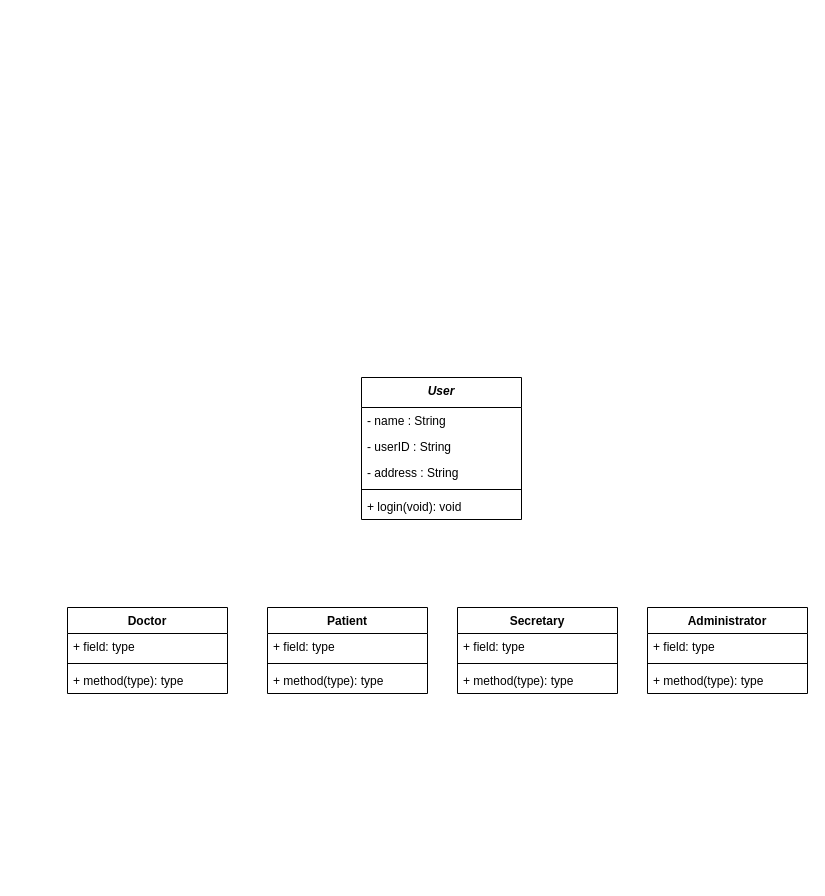
djS85/soft252_patientManagementSystem keeps this draw.io diagram as ClassDiagrams.drawio. Above is the earlier version. Source tidied: cells renumbered, new cells numbered last; positions are measured from the earlier drawing's top-left corner, leaving out a move shared by most shapes. Both pictures are drawn from the tidied source at 100%, with x=0, y=0 at pixel (67, 377).
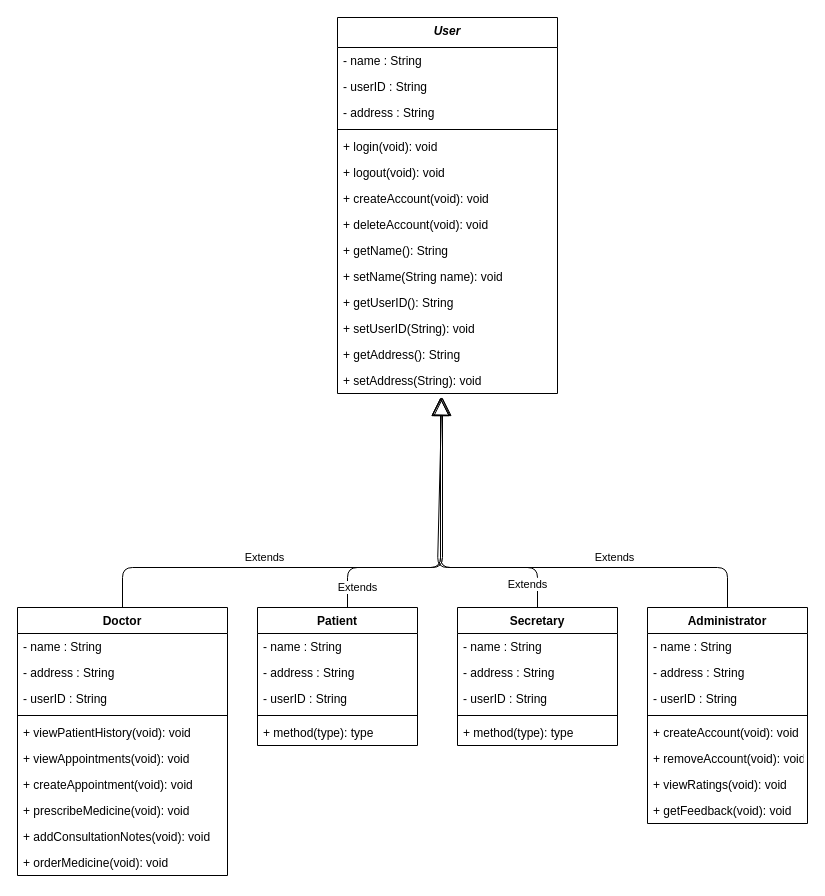
After the change.

The edit, as a diff of the source:
```diff
@@
-    <mxCell id="2" value="Doctor" style="swimlane;fontStyle=1;align=center;verticalAlign=top;horizontal=1;startSize=26;" parent="1" vertex="1">
-      <mxGeometry y="230" width="160" height="86" as="geometry" />
-    </mxCell>
-    <mxCell id="3" value="+ field: type" style="text;strokeColor=none;fillColor=none;align=left;verticalAlign=top;spacingLeft=4;spacingRight=4;overflow=hidden;" parent="2" vertex="1">
-      <mxGeometry y="26" width="160" height="26" as="geometry" />
-    </mxCell>
-    <mxCell id="4" style="line;strokeWidth=1;fillColor=none;align=left;verticalAlign=middle;spacingTop=-1;spacingLeft=3;spacingRight=3;labelPosition=right;" parent="2" vertex="1">
-      <mxGeometry y="52" width="160" height="8" as="geometry" />
-    </mxCell>
-    <mxCell id="5" value="+ method(type): type" style="text;strokeColor=none;fillColor=none;align=left;verticalAlign=top;spacingLeft=4;spacingRight=4;overflow=hidden;" parent="2" vertex="1">
-      <mxGeometry y="60" width="160" height="26" as="geometry" />
-    </mxCell>
-    <mxCell id="6" value="Patient" style="swimlane;fontStyle=1;align=center;verticalAlign=top;horizontal=1;startSize=26;" parent="1" vertex="1">
-      <mxGeometry x="200" y="230" width="160" height="86" as="geometry" />
-    </mxCell>
-    <mxCell id="7" value="+ field: type" style="text;strokeColor=none;fillColor=none;align=left;verticalAlign=top;spacingLeft=4;spacingRight=4;overflow=hidden;" parent="6" vertex="1">
-      <mxGeometry y="26" width="160" height="26" as="geometry" />
-    </mxCell>
-    <mxCell id="8" style="line;strokeWidth=1;fillColor=none;align=left;verticalAlign=middle;spacingTop=-1;spacingLeft=3;spacingRight=3;labelPosition=right;" parent="6" vertex="1">
-      <mxGeometry y="52" width="160" height="8" as="geometry" />
-    </mxCell>
-    <mxCell id="9" value="+ method(type): type" style="text;strokeColor=none;fillColor=none;align=left;verticalAlign=top;spacingLeft=4;spacingRight=4;overflow=hidden;" parent="6" vertex="1">
-      <mxGeometry y="60" width="160" height="26" as="geometry" />
-    </mxCell>
     <mxCell id="10" value="Secretary" style="swimlane;fontStyle=1;align=center;verticalAlign=top;horizontal=1;startSize=26;" parent="1" vertex="1">
-      <mxGeometry x="390" y="230" width="160" height="86" as="geometry" />
+      <mxGeometry x="390" y="230" width="160" height="138" as="geometry" />
     </mxCell>
-    <mxCell id="11" value="+ field: type" style="text;strokeColor=none;fillColor=none;align=left;verticalAlign=top;spacingLeft=4;spacingRight=4;overflow=hidden;" parent="10" vertex="1">
-      <mxGeometry y="26" width="160" height="26" as="geometry" />
-    </mxCell>
+    <mxCell id="24" value="- name : String" style="text;strokeColor=none;fillColor=none;align=left;verticalAlign=top;spacingLeft=4;spacingRight=4;overflow=hidden;" parent="10" vertex="1">
+      <mxGeometry y="26" width="160" height="26" as="geometry" />
+    </mxCell>
+    <mxCell id="25" value="- address : String" style="text;strokeColor=none;fillColor=none;align=left;verticalAlign=top;spacingLeft=4;spacingRight=4;overflow=hidden;" parent="10" vertex="1">
+      <mxGeometry y="52" width="160" height="26" as="geometry" />
+    </mxCell>
+    <mxCell id="26" value="- userID : String" style="text;strokeColor=none;fillColor=none;align=left;verticalAlign=top;spacingLeft=4;spacingRight=4;overflow=hidden;" parent="10" vertex="1">
+      <mxGeometry y="78" width="160" height="26" as="geometry" />
+    </mxCell>
     <mxCell id="12" style="line;strokeWidth=1;fillColor=none;align=left;verticalAlign=middle;spacingTop=-1;spacingLeft=3;spacingRight=3;labelPosition=right;" parent="10" vertex="1">
-      <mxGeometry y="52" width="160" height="8" as="geometry" />
+      <mxGeometry y="104" width="160" height="8" as="geometry" />
     </mxCell>
     <mxCell id="13" value="+ method(type): type" style="text;strokeColor=none;fillColor=none;align=left;verticalAlign=top;spacingLeft=4;spacingRight=4;overflow=hidden;" parent="10" vertex="1">
-      <mxGeometry y="60" width="160" height="26" as="geometry" />
+      <mxGeometry y="112" width="160" height="26" as="geometry" />
     </mxCell>
     <mxCell id="14" value="Administrator" style="swimlane;fontStyle=1;align=center;verticalAlign=top;horizontal=1;startSize=26;" parent="1" vertex="1">
-      <mxGeometry x="580" y="230" width="160" height="86" as="geometry" />
+      <mxGeometry x="580" y="230" width="160" height="216" as="geometry" />
     </mxCell>
-    <mxCell id="15" value="+ field: type" style="text;strokeColor=none;fillColor=none;align=left;verticalAlign=top;spacingLeft=4;spacingRight=4;overflow=hidden;" parent="14" vertex="1">
-      <mxGeometry y="26" width="160" height="26" as="geometry" />
-    </mxCell>
+    <mxCell id="27" value="- name : String" style="text;strokeColor=none;fillColor=none;align=left;verticalAlign=top;spacingLeft=4;spacingRight=4;overflow=hidden;" parent="14" vertex="1">
+      <mxGeometry y="26" width="160" height="26" as="geometry" />
+    </mxCell>
+    <mxCell id="28" value="- address : String" style="text;strokeColor=none;fillColor=none;align=left;verticalAlign=top;spacingLeft=4;spacingRight=4;overflow=hidden;" parent="14" vertex="1">
+      <mxGeometry y="52" width="160" height="26" as="geometry" />
+    </mxCell>
+    <mxCell id="29" value="- userID : String" style="text;strokeColor=none;fillColor=none;align=left;verticalAlign=top;spacingLeft=4;spacingRight=4;overflow=hidden;" parent="14" vertex="1">
+      <mxGeometry y="78" width="160" height="26" as="geometry" />
+    </mxCell>
     <mxCell id="16" style="line;strokeWidth=1;fillColor=none;align=left;verticalAlign=middle;spacingTop=-1;spacingLeft=3;spacingRight=3;labelPosition=right;" parent="14" vertex="1">
-      <mxGeometry y="52" width="160" height="8" as="geometry" />
+      <mxGeometry y="104" width="160" height="8" as="geometry" />
     </mxCell>
-    <mxCell id="17" value="+ method(type): type" style="text;strokeColor=none;fillColor=none;align=left;verticalAlign=top;spacingLeft=4;spacingRight=4;overflow=hidden;" parent="14" vertex="1">
-      <mxGeometry y="60" width="160" height="26" as="geometry" />
+    <mxCell id="17" value="+ createAccount(void): void" style="text;strokeColor=none;fillColor=none;align=left;verticalAlign=top;spacingLeft=4;spacingRight=4;overflow=hidden;" parent="14" vertex="1">
+      <mxGeometry y="112" width="160" height="26" as="geometry" />
     </mxCell>
+    <mxCell id="30" value="+ removeAccount(void): void" style="text;strokeColor=none;fillColor=none;align=left;verticalAlign=top;spacingLeft=4;spacingRight=4;overflow=hidden;" parent="14" vertex="1">
+      <mxGeometry y="138" width="160" height="26" as="geometry" />
+    </mxCell>
+    <mxCell id="31" value="+ viewRatings(void): void" style="text;strokeColor=none;fillColor=none;align=left;verticalAlign=top;spacingLeft=4;spacingRight=4;overflow=hidden;" parent="14" vertex="1">
+      <mxGeometry y="164" width="160" height="26" as="geometry" />
+    </mxCell>
+    <mxCell id="32" value="+ getFeedback(void): void" style="text;strokeColor=none;fillColor=none;align=left;verticalAlign=top;spacingLeft=4;spacingRight=4;overflow=hidden;" parent="14" vertex="1">
+      <mxGeometry y="190" width="160" height="26" as="geometry" />
+    </mxCell>
+    <mxCell id="33" value="Extends" style="endArrow=block;endSize=16;endFill=0;html=1;exitX=0.5;exitY=0;exitDx=0;exitDy=0;" parent="1" edge="1" source="2">
+      <mxGeometry x="-0.31" y="10" relative="1" as="geometry">
+        <mxPoint x="373" y="20" as="targetPoint" />
+        <Array as="points">
+          <mxPoint x="55" y="190" />
+          <mxPoint x="373" y="190" />
+        </Array>
+      </mxGeometry>
+    </mxCell>
+    <mxCell id="34" value="Extends" style="endArrow=block;endSize=16;endFill=0;html=1;exitX=0.5;exitY=0;exitDx=0;exitDy=0;" parent="1" edge="1">
+      <mxGeometry x="-0.67" y="-20" relative="1" as="geometry">
+        <mxPoint x="280" y="230" as="sourcePoint" />
+        <mxPoint x="375" y="20" as="targetPoint" />
+        <Array as="points">
+          <mxPoint x="280" y="190" />
+          <mxPoint x="375" y="190" />
+        </Array>
+      </mxGeometry>
+    </mxCell>
+    <mxCell id="35" value="Extends" style="endArrow=block;endSize=16;endFill=0;html=1;exitX=0.5;exitY=0;exitDx=0;exitDy=0;" parent="1" edge="1">
+      <mxGeometry x="-0.85" y="10" relative="1" as="geometry">
+        <mxPoint x="470" y="230" as="sourcePoint" />
+        <mxPoint x="373" y="20" as="targetPoint" />
+        <Array as="points">
+          <mxPoint x="470" y="190" />
+          <mxPoint x="373" y="190" />
+        </Array>
+      </mxGeometry>
+    </mxCell>
+    <mxCell id="36" value="Extends" style="endArrow=block;endSize=16;endFill=0;html=1;exitX=0.5;exitY=0;exitDx=0;exitDy=0;entryX=0.474;entryY=1.129;entryDx=0;entryDy=0;entryPerimeter=0;" parent="1" edge="1" target="56">
+      <mxGeometry x="-0.39" y="-10" relative="1" as="geometry">
+        <mxPoint x="660" y="230" as="sourcePoint" />
+        <Array as="points">
+          <mxPoint x="660" y="190" />
+          <mxPoint x="370" y="190" />
+        </Array>
+      </mxGeometry>
+    </mxCell>
+    <mxCell id="2" value="Doctor" style="swimlane;fontStyle=1;align=center;verticalAlign=top;horizontal=1;startSize=26;" parent="1" vertex="1">
+      <mxGeometry x="-50" y="230" width="210" height="268" as="geometry" />
+    </mxCell>
+    <mxCell id="37" value="- name : String" style="text;strokeColor=none;fillColor=none;align=left;verticalAlign=top;spacingLeft=4;spacingRight=4;overflow=hidden;" parent="2" vertex="1">
+      <mxGeometry y="26" width="210" height="26" as="geometry" />
+    </mxCell>
+    <mxCell id="38" value="- address : String" style="text;strokeColor=none;fillColor=none;align=left;verticalAlign=top;spacingLeft=4;spacingRight=4;overflow=hidden;" parent="2" vertex="1">
+      <mxGeometry y="52" width="210" height="26" as="geometry" />
+    </mxCell>
+    <mxCell id="39" value="- userID : String" style="text;strokeColor=none;fillColor=none;align=left;verticalAlign=top;spacingLeft=4;spacingRight=4;overflow=hidden;" parent="2" vertex="1">
+      <mxGeometry y="78" width="210" height="26" as="geometry" />
+    </mxCell>
+    <mxCell id="4" style="line;strokeWidth=1;fillColor=none;align=left;verticalAlign=middle;spacingTop=-1;spacingLeft=3;spacingRight=3;labelPosition=right;" parent="2" vertex="1">
+      <mxGeometry y="104" width="210" height="8" as="geometry" />
+    </mxCell>
+    <mxCell id="5" value="+ viewPatientHistory(void): void" style="text;strokeColor=none;fillColor=none;align=left;verticalAlign=top;spacingLeft=4;spacingRight=4;overflow=hidden;" parent="2" vertex="1">
+      <mxGeometry y="112" width="210" height="26" as="geometry" />
+    </mxCell>
+    <mxCell id="40" value="+ viewAppointments(void): void" style="text;strokeColor=none;fillColor=none;align=left;verticalAlign=top;spacingLeft=4;spacingRight=4;overflow=hidden;" parent="2" vertex="1">
+      <mxGeometry y="138" width="210" height="26" as="geometry" />
+    </mxCell>
+    <mxCell id="41" value="+ createAppointment(void): void" style="text;strokeColor=none;fillColor=none;align=left;verticalAlign=top;spacingLeft=4;spacingRight=4;overflow=hidden;" parent="2" vertex="1">
+      <mxGeometry y="164" width="210" height="26" as="geometry" />
+    </mxCell>
+    <mxCell id="42" value="+ prescribeMedicine(void): void" style="text;strokeColor=none;fillColor=none;align=left;verticalAlign=top;spacingLeft=4;spacingRight=4;overflow=hidden;" parent="2" vertex="1">
+      <mxGeometry y="190" width="210" height="26" as="geometry" />
+    </mxCell>
+    <mxCell id="43" value="+ addConsultationNotes(void): void" style="text;strokeColor=none;fillColor=none;align=left;verticalAlign=top;spacingLeft=4;spacingRight=4;overflow=hidden;" parent="2" vertex="1">
+      <mxGeometry y="216" width="210" height="26" as="geometry" />
+    </mxCell>
+    <mxCell id="44" value="+ orderMedicine(void): void" style="text;strokeColor=none;fillColor=none;align=left;verticalAlign=top;spacingLeft=4;spacingRight=4;overflow=hidden;" parent="2" vertex="1">
+      <mxGeometry y="242" width="210" height="26" as="geometry" />
+    </mxCell>
+    <mxCell id="6" value="Patient" style="swimlane;fontStyle=1;align=center;verticalAlign=top;horizontal=1;startSize=26;" parent="1" vertex="1">
+      <mxGeometry x="190" y="230" width="160" height="138" as="geometry" />
+    </mxCell>
+    <mxCell id="45" value="- name : String" style="text;strokeColor=none;fillColor=none;align=left;verticalAlign=top;spacingLeft=4;spacingRight=4;overflow=hidden;" parent="6" vertex="1">
+      <mxGeometry y="26" width="160" height="26" as="geometry" />
+    </mxCell>
+    <mxCell id="46" value="- address : String" style="text;strokeColor=none;fillColor=none;align=left;verticalAlign=top;spacingLeft=4;spacingRight=4;overflow=hidden;" parent="6" vertex="1">
+      <mxGeometry y="52" width="160" height="26" as="geometry" />
+    </mxCell>
+    <mxCell id="47" value="- userID : String" style="text;strokeColor=none;fillColor=none;align=left;verticalAlign=top;spacingLeft=4;spacingRight=4;overflow=hidden;" parent="6" vertex="1">
+      <mxGeometry y="78" width="160" height="26" as="geometry" />
+    </mxCell>
+    <mxCell id="8" style="line;strokeWidth=1;fillColor=none;align=left;verticalAlign=middle;spacingTop=-1;spacingLeft=3;spacingRight=3;labelPosition=right;" parent="6" vertex="1">
+      <mxGeometry y="104" width="160" height="8" as="geometry" />
+    </mxCell>
+    <mxCell id="9" value="+ method(type): type" style="text;strokeColor=none;fillColor=none;align=left;verticalAlign=top;spacingLeft=4;spacingRight=4;overflow=hidden;" parent="6" vertex="1">
+      <mxGeometry y="112" width="160" height="26" as="geometry" />
+    </mxCell>
     <mxCell id="18" value="User" style="swimlane;fontStyle=3;align=center;verticalAlign=top;horizontal=1;startSize=30;" parent="1" vertex="1">
-      <mxGeometry x="294" width="160" height="142" as="geometry" />
+      <mxGeometry x="270" y="-360" width="220" height="376" as="geometry" />
     </mxCell>
     <mxCell id="19" value="- name : String" style="text;strokeColor=none;fillColor=none;align=left;verticalAlign=top;spacingLeft=4;spacingRight=4;overflow=hidden;" parent="18" vertex="1">
-      <mxGeometry y="30" width="160" height="26" as="geometry" />
+      <mxGeometry y="30" width="220" height="26" as="geometry" />
     </mxCell>
     <mxCell id="20" value="- userID : String" style="text;strokeColor=none;fillColor=none;align=left;verticalAlign=top;spacingLeft=4;spacingRight=4;overflow=hidden;" parent="18" vertex="1">
-      <mxGeometry y="56" width="160" height="26" as="geometry" />
+      <mxGeometry y="56" width="220" height="26" as="geometry" />
     </mxCell>
     <mxCell id="21" value="- address : String" style="text;strokeColor=none;fillColor=none;align=left;verticalAlign=top;spacingLeft=4;spacingRight=4;overflow=hidden;" parent="18" vertex="1">
-      <mxGeometry y="82" width="160" height="26" as="geometry" />
+      <mxGeometry y="82" width="220" height="26" as="geometry" />
     </mxCell>
     <mxCell id="22" style="line;strokeWidth=1;fillColor=none;align=left;verticalAlign=middle;spacingTop=-1;spacingLeft=3;spacingRight=3;labelPosition=right;" parent="18" vertex="1">
-      <mxGeometry y="108" width="160" height="8" as="geometry" />
+      <mxGeometry y="108" width="220" height="8" as="geometry" />
     </mxCell>
     <mxCell id="23" value="+ login(void): void" style="text;strokeColor=none;fillColor=none;align=left;verticalAlign=top;spacingLeft=4;spacingRight=4;overflow=hidden;" parent="18" vertex="1">
-      <mxGeometry y="116" width="160" height="26" as="geometry" />
+      <mxGeometry y="116" width="220" height="26" as="geometry" />
     </mxCell>
+    <mxCell id="48" value="+ logout(void): void" style="text;strokeColor=none;fillColor=none;align=left;verticalAlign=top;spacingLeft=4;spacingRight=4;overflow=hidden;" parent="18" vertex="1">
+      <mxGeometry y="142" width="220" height="26" as="geometry" />
+    </mxCell>
+    <mxCell id="49" value="+ createAccount(void): void" style="text;strokeColor=none;fillColor=none;align=left;verticalAlign=top;spacingLeft=4;spacingRight=4;overflow=hidden;" parent="18" vertex="1">
+      <mxGeometry y="168" width="220" height="26" as="geometry" />
+    </mxCell>
+    <mxCell id="50" value="+ deleteAccount(void): void" style="text;strokeColor=none;fillColor=none;align=left;verticalAlign=top;spacingLeft=4;spacingRight=4;overflow=hidden;" parent="18" vertex="1">
+      <mxGeometry y="194" width="220" height="26" as="geometry" />
+    </mxCell>
+    <mxCell id="51" value="+ getName(): String" style="text;strokeColor=none;fillColor=none;align=left;verticalAlign=top;spacingLeft=4;spacingRight=4;overflow=hidden;" parent="18" vertex="1">
+      <mxGeometry y="220" width="220" height="26" as="geometry" />
+    </mxCell>
+    <mxCell id="52" value="+ setName(String name): void" style="text;strokeColor=none;fillColor=none;align=left;verticalAlign=top;spacingLeft=4;spacingRight=4;overflow=hidden;" parent="18" vertex="1">
+      <mxGeometry y="246" width="220" height="26" as="geometry" />
+    </mxCell>
+    <mxCell id="53" value="+ getUserID(): String" style="text;strokeColor=none;fillColor=none;align=left;verticalAlign=top;spacingLeft=4;spacingRight=4;overflow=hidden;" parent="18" vertex="1">
+      <mxGeometry y="272" width="220" height="26" as="geometry" />
+    </mxCell>
+    <mxCell id="54" value="+ setUserID(String): void" style="text;strokeColor=none;fillColor=none;align=left;verticalAlign=top;spacingLeft=4;spacingRight=4;overflow=hidden;" parent="18" vertex="1">
+      <mxGeometry y="298" width="220" height="26" as="geometry" />
+    </mxCell>
+    <mxCell id="55" value="+ getAddress(): String" style="text;strokeColor=none;fillColor=none;align=left;verticalAlign=top;spacingLeft=4;spacingRight=4;overflow=hidden;" parent="18" vertex="1">
+      <mxGeometry y="324" width="220" height="26" as="geometry" />
+    </mxCell>
+    <mxCell id="56" value="+ setAddress(String): void" style="text;strokeColor=none;fillColor=none;align=left;verticalAlign=top;spacingLeft=4;spacingRight=4;overflow=hidden;points=[[0,0.5],[1,0.5]];portConstraint=eastwest;" parent="18" vertex="1">
+      <mxGeometry y="350" width="220" height="26" as="geometry" />
+    </mxCell>
```
